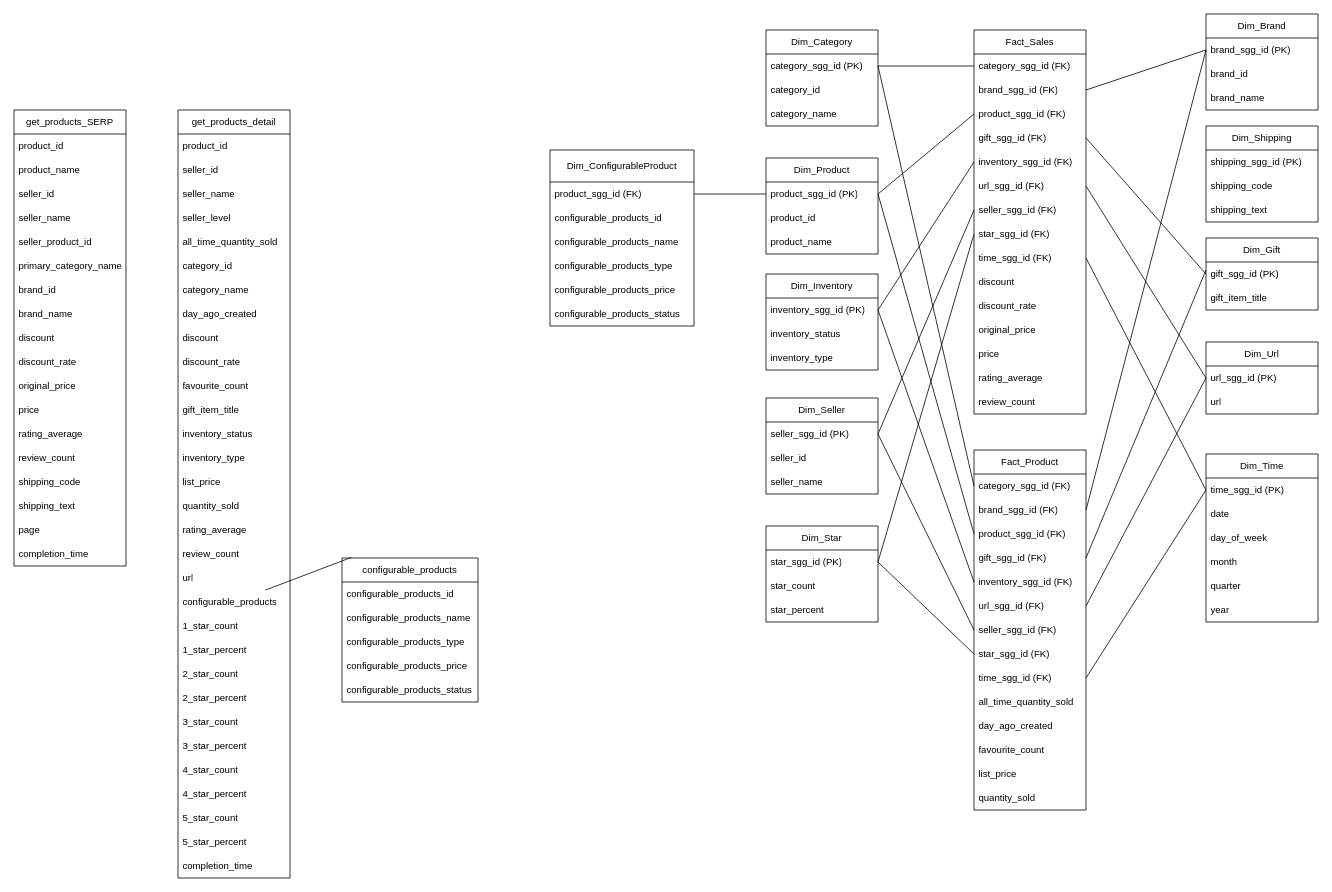
The draw.io diagram page "raw_data" (1 of 2) of schema/schema.drawio in thaitrann/Project_Shopee_ETL_Visualization, before the edit. Source tidied: cells renumbered, new cells numbered last; positions are measured from the earlier drawing's top-left corner, leaving out a move shared by most shapes. Both pictures are drawn from the tidied source at 80%, with x=0, y=0 at pixel (14, 14).
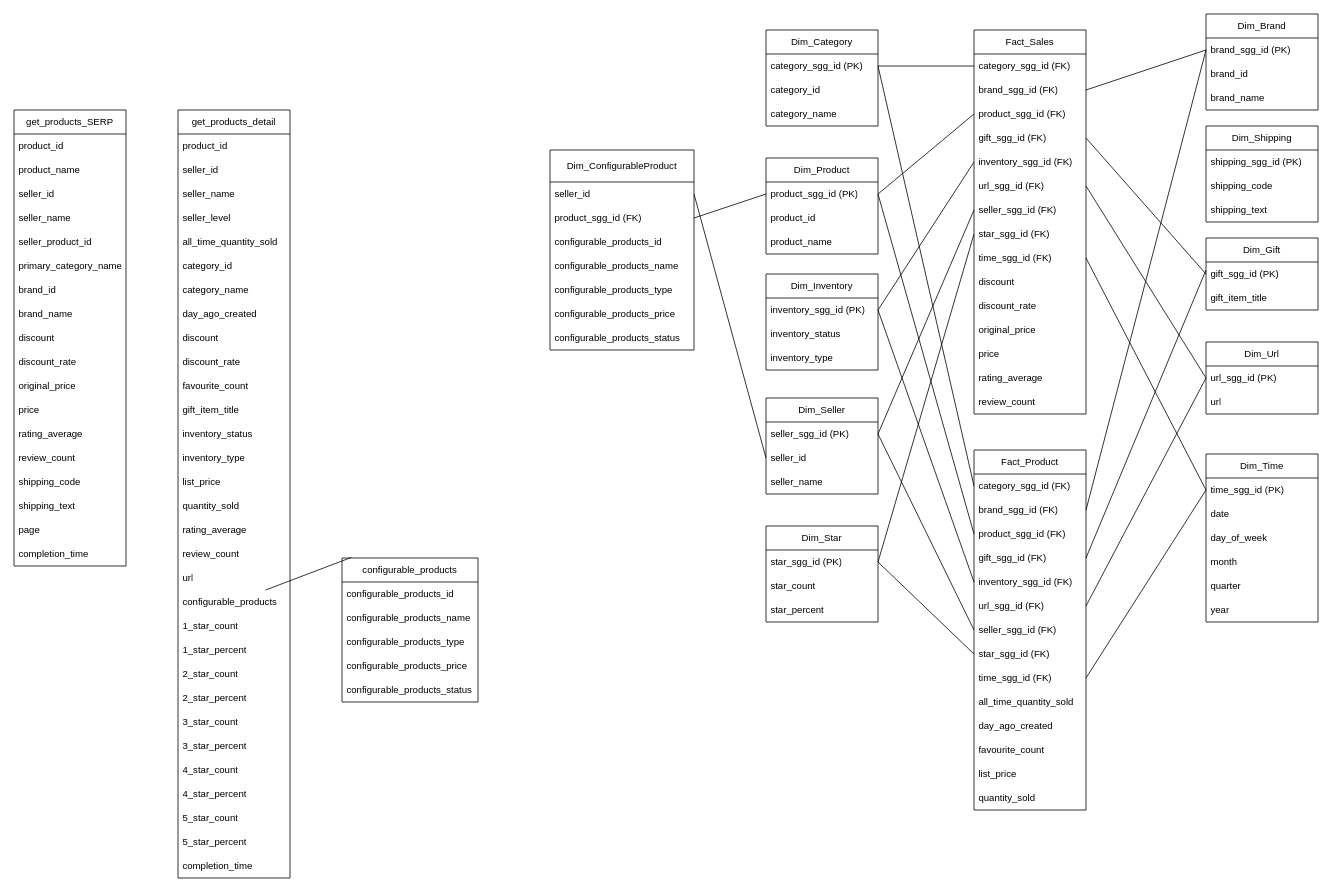
After the change.

Unchanged cells that the change refers to:
```xml
<mxCell id="4" value="seller_id" style="text;strokeColor=none;fillColor=none;align=left;verticalAlign=middle;spacingLeft=4;spacingRight=4;overflow=hidden;points=[[0,0.5],[1,0.5]];portConstraint=eastwest;whiteSpace=wrap;html=1;" parent="2" vertex="1">
  <mxGeometry y="60" width="140" height="30" as="geometry" />
</mxCell>
```

What changed in the source:
```diff
@@
     <mxCell id="22" value="Dim_ConfigurableProduct" style="swimlane;fontStyle=0;horizontal=1;startSize=40;whiteSpace=wrap;html=1;" parent="1" vertex="1">
-      <mxGeometry x="670" y="170" width="180" height="220" as="geometry" />
+      <mxGeometry x="670" y="170" width="180" height="250" as="geometry" />
     </mxCell>
+    <mxCell id="158" value="seller_id" style="text;strokeColor=none;fillColor=none;align=left;verticalAlign=middle;spacingLeft=4;spacingRight=4;overflow=hidden;points=[[0,0.5],[1,0.5]];portConstraint=eastwest;whiteSpace=wrap;html=1;" parent="22" vertex="1">
+      <mxGeometry y="40" width="180" height="30" as="geometry" />
+    </mxCell>
     <mxCell id="23" value="product_sgg_id (FK)" style="text;strokeColor=none;fillColor=none;align=left;verticalAlign=middle;spacingLeft=4;spacingRight=4;overflow=hidden;points=[[0,0.5],[1,0.5]];portConstraint=eastwest;whiteSpace=wrap;html=1;" parent="22" vertex="1">
-      <mxGeometry y="40" width="180" height="30" as="geometry" />
+      <mxGeometry y="70" width="180" height="30" as="geometry" />
     </mxCell>
     <mxCell id="24" value="configurable_products_id" style="text;strokeColor=none;fillColor=none;align=left;verticalAlign=middle;spacingLeft=4;spacingRight=4;overflow=hidden;whiteSpace=wrap;html=1;" parent="22" vertex="1">
-      <mxGeometry y="70" width="180" height="30" as="geometry" />
+      <mxGeometry y="100" width="180" height="30" as="geometry" />
     </mxCell>
     <mxCell id="25" value="configurable_products_name" style="text;strokeColor=none;fillColor=none;align=left;verticalAlign=middle;spacingLeft=4;spacingRight=4;overflow=hidden;whiteSpace=wrap;html=1;" parent="22" vertex="1">
-      <mxGeometry y="100" width="180" height="30" as="geometry" />
+      <mxGeometry y="130" width="180" height="30" as="geometry" />
     </mxCell>
     <mxCell id="26" value="configurable_products_type" style="text;strokeColor=none;fillColor=none;align=left;verticalAlign=middle;spacingLeft=4;spacingRight=4;overflow=hidden;whiteSpace=wrap;html=1;" parent="22" vertex="1">
-      <mxGeometry y="130" width="180" height="30" as="geometry" />
+      <mxGeometry y="160" width="180" height="30" as="geometry" />
     </mxCell>
     <mxCell id="27" value="configurable_products_price" style="text;strokeColor=none;fillColor=none;align=left;verticalAlign=middle;spacingLeft=4;spacingRight=4;overflow=hidden;whiteSpace=wrap;html=1;" parent="22" vertex="1">
-      <mxGeometry y="160" width="180" height="30" as="geometry" />
+      <mxGeometry y="190" width="180" height="30" as="geometry" />
     </mxCell>
     <mxCell id="28" value="configurable_products_status" style="text;strokeColor=none;fillColor=none;align=left;verticalAlign=middle;spacingLeft=4;spacingRight=4;overflow=hidden;whiteSpace=wrap;html=1;" parent="22" vertex="1">
-      <mxGeometry y="190" width="180" height="30" as="geometry" />
+      <mxGeometry y="220" width="180" height="30" as="geometry" />
     </mxCell>
@@
+    <mxCell id="159" style="endArrow=none;html=1;rounded=0;entryX=0;entryY=0.5;entryDx=0;entryDy=0;exitX=1;exitY=0.5;exitDx=0;exitDy=0;" parent="1" edge="1" source="158" target="4">
+      <mxGeometry relative="1" as="geometry" />
+    </mxCell>
```
